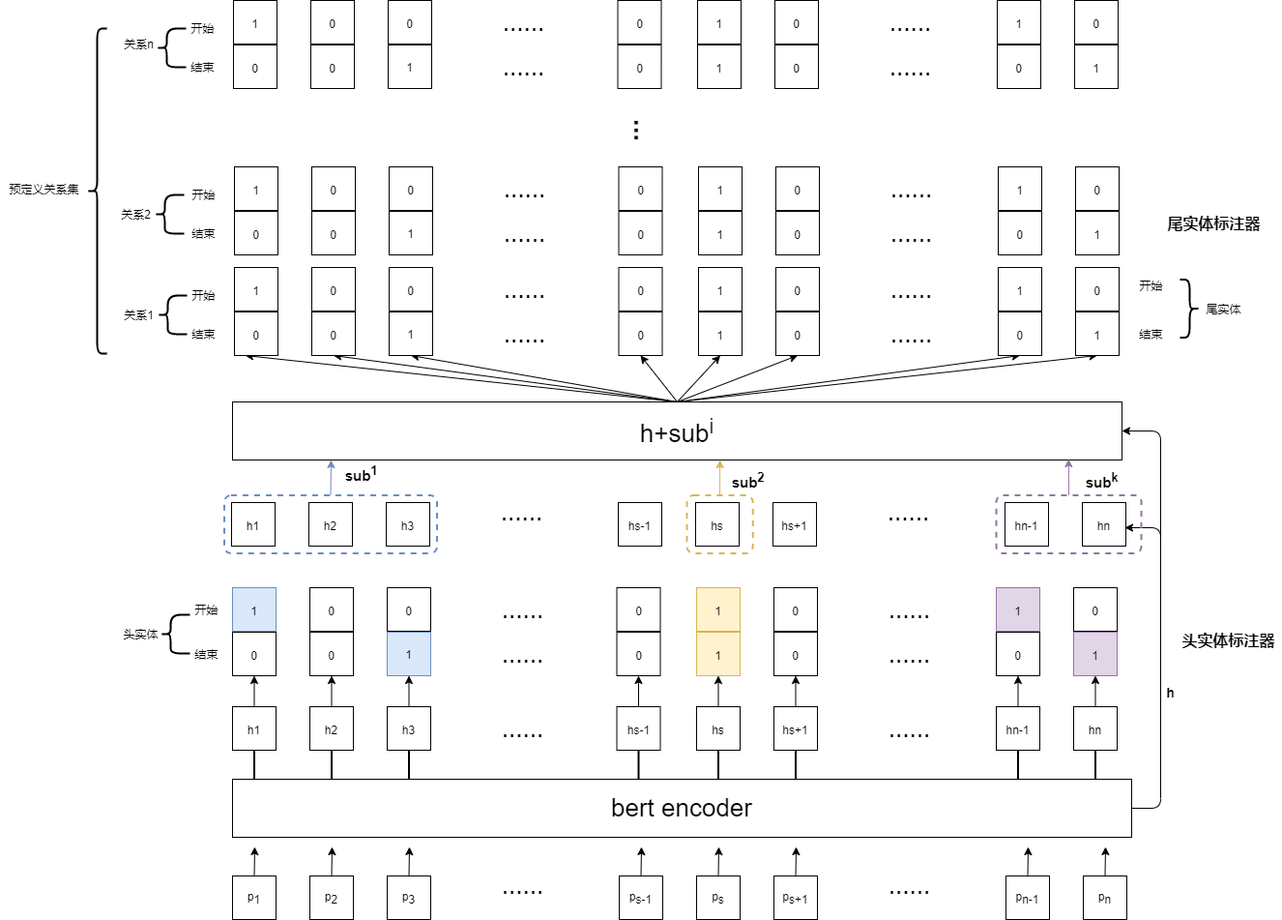
Before: 分层序列标注流程图.png, a diagram exported from draw.io (bigbigkid/begin_one). Source tidied: cells renumbered, new cells last; positions are measured from the earlier drawing's top-left corner, leaving out a move shared by most shapes.
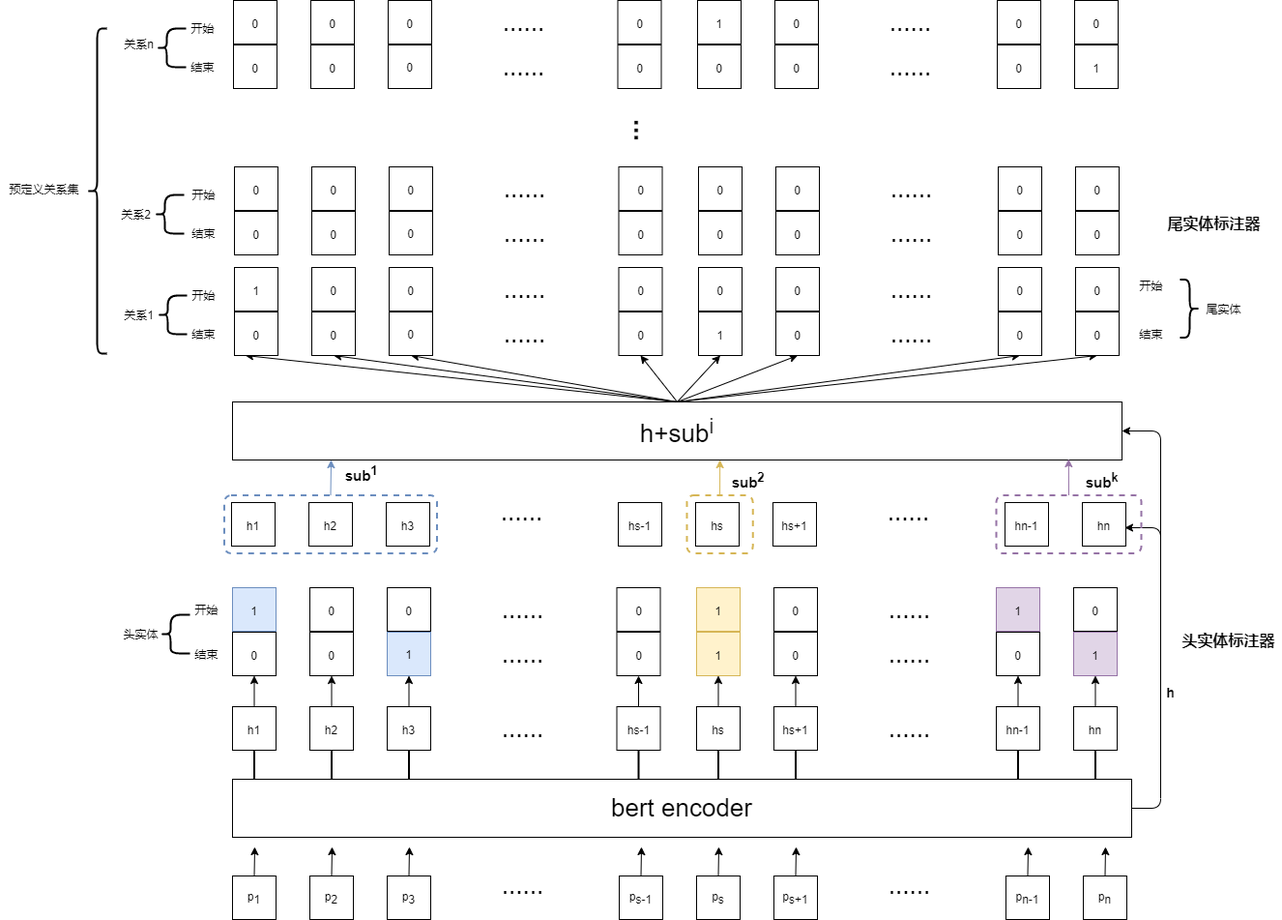
The same file after the commit.

Commit message:
Update 分层序列标注流程图.png

Diff of the diagram source:
```diff
@@ -340,7 +340,7 @@
     <mxCell id="104" value="&lt;sub&gt;0&lt;/sub&gt;" style="whiteSpace=wrap;html=1;" parent="1" vertex="1">
       <mxGeometry x="322" y="322" width="45" height="45" as="geometry" />
     </mxCell>
-    <mxCell id="105" value="&lt;span style=&quot;font-size: 10px&quot;&gt;1&lt;/span&gt;" style="whiteSpace=wrap;html=1;" parent="1" vertex="1">
+    <mxCell id="105" value="&lt;span style=&quot;font-size: 10px&quot;&gt;0&lt;/span&gt;" style="whiteSpace=wrap;html=1;" parent="1" vertex="1">
       <mxGeometry x="402" y="322" width="45" height="45" as="geometry" />
     </mxCell>
     <mxCell id="106" value="&lt;sub&gt;0&lt;/sub&gt;" style="whiteSpace=wrap;html=1;" parent="1" vertex="1">
@@ -361,7 +361,7 @@
     <mxCell id="111" value="&lt;font style=&quot;font-size: 26px&quot;&gt;......&lt;/font&gt;" style="text;html=1;align=center;verticalAlign=middle;" parent="1" vertex="1">
       <mxGeometry x="912" y="334.5" width="60" height="20" as="geometry" />
     </mxCell>
-    <mxCell id="112" value="&lt;sub&gt;1&lt;/sub&gt;" style="whiteSpace=wrap;html=1;" parent="1" vertex="1">
+    <mxCell id="112" value="&lt;sub&gt;0&lt;/sub&gt;" style="whiteSpace=wrap;html=1;" parent="1" vertex="1">
       <mxGeometry x="1112" y="322" width="45" height="45" as="geometry" />
     </mxCell>
     <mxCell id="113" value="&lt;sub&gt;1&lt;/sub&gt;" style="whiteSpace=wrap;html=1;" parent="1" vertex="1">
@@ -376,13 +376,13 @@
     <mxCell id="116" value="&lt;sub&gt;0&lt;/sub&gt;" style="whiteSpace=wrap;html=1;" parent="1" vertex="1">
       <mxGeometry x="639.5" y="276" width="45" height="45" as="geometry" />
     </mxCell>
-    <mxCell id="117" value="&lt;sub&gt;1&lt;/sub&gt;" style="whiteSpace=wrap;html=1;" parent="1" vertex="1">
+    <mxCell id="117" value="&lt;sub&gt;0&lt;/sub&gt;" style="whiteSpace=wrap;html=1;" parent="1" vertex="1">
       <mxGeometry x="722" y="276" width="45" height="45" as="geometry" />
     </mxCell>
     <mxCell id="118" value="&lt;sub&gt;0&lt;/sub&gt;" style="whiteSpace=wrap;html=1;" parent="1" vertex="1">
       <mxGeometry x="802" y="276" width="45" height="45" as="geometry" />
     </mxCell>
-    <mxCell id="119" value="&lt;sub&gt;1&lt;/sub&gt;" style="whiteSpace=wrap;html=1;" parent="1" vertex="1">
+    <mxCell id="119" value="&lt;sub&gt;0&lt;/sub&gt;" style="whiteSpace=wrap;html=1;" parent="1" vertex="1">
       <mxGeometry x="1032" y="276" width="45" height="45" as="geometry" />
     </mxCell>
     <mxCell id="120" value="&lt;font style=&quot;font-size: 26px&quot;&gt;......&lt;/font&gt;" style="text;html=1;align=center;verticalAlign=middle;" parent="1" vertex="1">
@@ -412,13 +412,13 @@
     <mxCell id="128" value="&lt;sub&gt;0&lt;/sub&gt;" style="whiteSpace=wrap;html=1;" parent="1" vertex="1">
       <mxGeometry x="322" y="218" width="45" height="45" as="geometry" />
     </mxCell>
-    <mxCell id="129" value="&lt;span style=&quot;font-size: 10px&quot;&gt;1&lt;/span&gt;" style="whiteSpace=wrap;html=1;" parent="1" vertex="1">
+    <mxCell id="129" value="&lt;span style=&quot;font-size: 10px&quot;&gt;0&lt;/span&gt;" style="whiteSpace=wrap;html=1;" parent="1" vertex="1">
       <mxGeometry x="402" y="218" width="45" height="45" as="geometry" />
     </mxCell>
     <mxCell id="130" value="&lt;sub&gt;0&lt;/sub&gt;" style="whiteSpace=wrap;html=1;" parent="1" vertex="1">
       <mxGeometry x="639.5" y="218" width="45" height="45" as="geometry" />
     </mxCell>
-    <mxCell id="131" value="&lt;sub&gt;1&lt;/sub&gt;" style="whiteSpace=wrap;html=1;" parent="1" vertex="1">
+    <mxCell id="131" value="&lt;sub&gt;0&lt;/sub&gt;" style="whiteSpace=wrap;html=1;" parent="1" vertex="1">
       <mxGeometry x="722" y="218" width="45" height="45" as="geometry" />
     </mxCell>
     <mxCell id="132" value="&lt;sub&gt;0&lt;/sub&gt;" style="whiteSpace=wrap;html=1;" parent="1" vertex="1">
@@ -433,10 +433,10 @@
     <mxCell id="135" value="&lt;font style=&quot;font-size: 26px&quot;&gt;......&lt;/font&gt;" style="text;html=1;align=center;verticalAlign=middle;" parent="1" vertex="1">
       <mxGeometry x="912" y="230.5" width="60" height="20" as="geometry" />
     </mxCell>
-    <mxCell id="136" value="&lt;sub&gt;1&lt;/sub&gt;" style="whiteSpace=wrap;html=1;" parent="1" vertex="1">
+    <mxCell id="136" value="&lt;sub&gt;0&lt;/sub&gt;" style="whiteSpace=wrap;html=1;" parent="1" vertex="1">
       <mxGeometry x="1112" y="218" width="45" height="45" as="geometry" />
     </mxCell>
-    <mxCell id="137" value="&lt;sub&gt;1&lt;/sub&gt;" style="whiteSpace=wrap;html=1;" parent="1" vertex="1">
+    <mxCell id="137" value="&lt;sub&gt;0&lt;/sub&gt;" style="whiteSpace=wrap;html=1;" parent="1" vertex="1">
       <mxGeometry x="242" y="172" width="45" height="45" as="geometry" />
     </mxCell>
     <mxCell id="138" value="&lt;sub&gt;0&lt;/sub&gt;" style="whiteSpace=wrap;html=1;" parent="1" vertex="1">
@@ -448,13 +448,13 @@
     <mxCell id="140" value="&lt;sub&gt;0&lt;/sub&gt;" style="whiteSpace=wrap;html=1;" parent="1" vertex="1">
       <mxGeometry x="639.5" y="172" width="45" height="45" as="geometry" />
     </mxCell>
-    <mxCell id="141" value="&lt;sub&gt;1&lt;/sub&gt;" style="whiteSpace=wrap;html=1;" parent="1" vertex="1">
+    <mxCell id="141" value="&lt;sub&gt;0&lt;/sub&gt;" style="whiteSpace=wrap;html=1;" parent="1" vertex="1">
       <mxGeometry x="722" y="172" width="45" height="45" as="geometry" />
     </mxCell>
     <mxCell id="142" value="&lt;sub&gt;0&lt;/sub&gt;" style="whiteSpace=wrap;html=1;" parent="1" vertex="1">
       <mxGeometry x="802" y="172" width="45" height="45" as="geometry" />
     </mxCell>
-    <mxCell id="143" value="&lt;sub&gt;1&lt;/sub&gt;" style="whiteSpace=wrap;html=1;" parent="1" vertex="1">
+    <mxCell id="143" value="&lt;sub&gt;0&lt;/sub&gt;" style="whiteSpace=wrap;html=1;" parent="1" vertex="1">
       <mxGeometry x="1032" y="172" width="45" height="45" as="geometry" />
     </mxCell>
     <mxCell id="144" value="&lt;font style=&quot;font-size: 26px&quot;&gt;......&lt;/font&gt;" style="text;html=1;align=center;verticalAlign=middle;" parent="1" vertex="1">
@@ -484,13 +484,13 @@
     <mxCell id="152" value="&lt;sub&gt;0&lt;/sub&gt;" style="whiteSpace=wrap;html=1;" parent="1" vertex="1">
       <mxGeometry x="321" y="46" width="45" height="45" as="geometry" />
     </mxCell>
-    <mxCell id="153" value="&lt;span style=&quot;font-size: 10px&quot;&gt;1&lt;/span&gt;" style="whiteSpace=wrap;html=1;" parent="1" vertex="1">
+    <mxCell id="153" value="&lt;span style=&quot;font-size: 10px&quot;&gt;0&lt;/span&gt;" style="whiteSpace=wrap;html=1;" parent="1" vertex="1">
       <mxGeometry x="401" y="46" width="45" height="45" as="geometry" />
     </mxCell>
     <mxCell id="154" value="&lt;sub&gt;0&lt;/sub&gt;" style="whiteSpace=wrap;html=1;" parent="1" vertex="1">
       <mxGeometry x="638.5" y="46" width="45" height="45" as="geometry" />
     </mxCell>
-    <mxCell id="155" value="&lt;sub&gt;1&lt;/sub&gt;" style="whiteSpace=wrap;html=1;" parent="1" vertex="1">
+    <mxCell id="155" value="&lt;sub&gt;0&lt;/sub&gt;" style="whiteSpace=wrap;html=1;" parent="1" vertex="1">
       <mxGeometry x="721" y="46" width="45" height="45" as="geometry" />
     </mxCell>
     <mxCell id="156" value="&lt;sub&gt;0&lt;/sub&gt;" style="whiteSpace=wrap;html=1;" parent="1" vertex="1">
@@ -508,7 +508,7 @@
     <mxCell id="160" value="&lt;sub&gt;1&lt;/sub&gt;" style="whiteSpace=wrap;html=1;" parent="1" vertex="1">
       <mxGeometry x="1111" y="46" width="45" height="45" as="geometry" />
     </mxCell>
-    <mxCell id="161" value="&lt;sub&gt;1&lt;/sub&gt;" style="whiteSpace=wrap;html=1;" parent="1" vertex="1">
+    <mxCell id="161" value="&lt;sub&gt;0&lt;/sub&gt;" style="whiteSpace=wrap;html=1;" parent="1" vertex="1">
       <mxGeometry x="241" width="45" height="45" as="geometry" />
     </mxCell>
     <mxCell id="162" value="&lt;sub&gt;0&lt;/sub&gt;" style="whiteSpace=wrap;html=1;" parent="1" vertex="1">
@@ -526,7 +526,7 @@
     <mxCell id="166" value="&lt;sub&gt;0&lt;/sub&gt;" style="whiteSpace=wrap;html=1;" parent="1" vertex="1">
       <mxGeometry x="801" width="45" height="45" as="geometry" />
     </mxCell>
-    <mxCell id="167" value="&lt;sub&gt;1&lt;/sub&gt;" style="whiteSpace=wrap;html=1;" parent="1" vertex="1">
+    <mxCell id="167" value="&lt;sub&gt;0&lt;/sub&gt;" style="whiteSpace=wrap;html=1;" parent="1" vertex="1">
       <mxGeometry x="1031" width="45" height="45" as="geometry" />
     </mxCell>
     <mxCell id="168" value="&lt;font style=&quot;font-size: 26px&quot;&gt;......&lt;/font&gt;" style="text;html=1;align=center;verticalAlign=middle;" parent="1" vertex="1">
```
